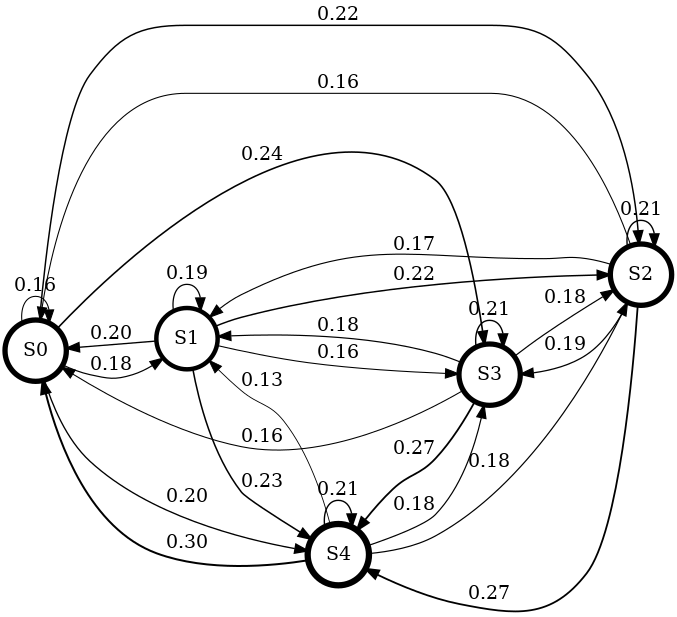
This is chain.png from MrAlexandrov/homework_first, a Graphviz export, as it was before one commit. Its source is kept beside it as chain.dot.
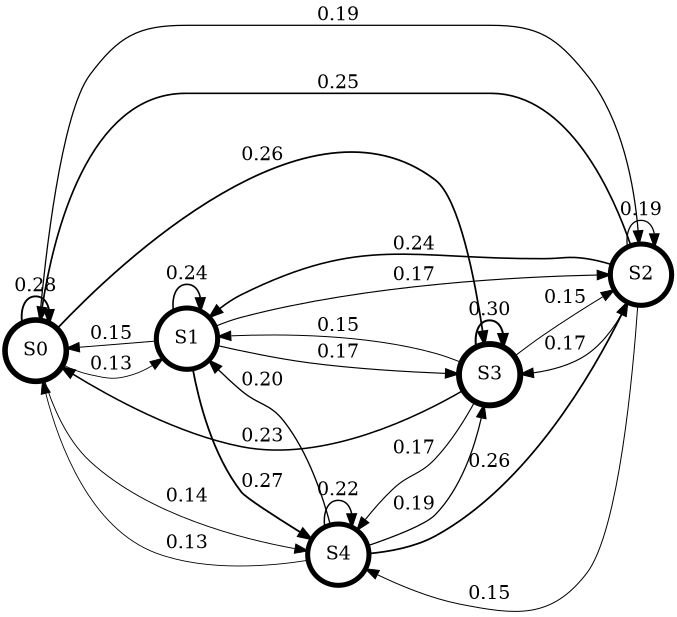
Above is the later version.

Change to the diagram source:
```diff
@@ -1,34 +1,34 @@
 digraph MarkovChain {
     rankdir=LR;
     node [shape=circle];
-    S0[label="S0", penwidth=3.99288];
-    S1[label="S1", penwidth=3.35824];
-    S2[label="S2", penwidth=4.01448];
-    S3[label="S3", penwidth=3.93047];
-    S4[label="S4", penwidth=4.70393];
-    S0 -> S0 [label="0.16", penwidth=0.80];
-    S0 -> S1 [label="0.18", penwidth=0.90];
-    S0 -> S2 [label="0.22", penwidth=1.10];
-    S0 -> S3 [label="0.24", penwidth=1.20];
-    S0 -> S4 [label="0.20", penwidth=1.00];
-    S1 -> S0 [label="0.20", penwidth=1.00];
-    S1 -> S1 [label="0.19", penwidth=0.95];
-    S1 -> S2 [label="0.22", penwidth=1.10];
-    S1 -> S3 [label="0.16", penwidth=0.80];
-    S1 -> S4 [label="0.23", penwidth=1.15];
-    S2 -> S0 [label="0.16", penwidth=0.80];
-    S2 -> S1 [label="0.17", penwidth=0.85];
-    S2 -> S2 [label="0.21", penwidth=1.05];
-    S2 -> S3 [label="0.19", penwidth=0.95];
-    S2 -> S4 [label="0.27", penwidth=1.35];
-    S3 -> S0 [label="0.16", penwidth=0.80];
-    S3 -> S1 [label="0.18", penwidth=0.90];
-    S3 -> S2 [label="0.18", penwidth=0.90];
-    S3 -> S3 [label="0.21", penwidth=1.05];
-    S3 -> S4 [label="0.27", penwidth=1.35];
-    S4 -> S0 [label="0.30", penwidth=1.50];
-    S4 -> S1 [label="0.13", penwidth=0.65];
-    S4 -> S2 [label="0.18", penwidth=0.90];
-    S4 -> S3 [label="0.18", penwidth=0.90];
-    S4 -> S4 [label="0.21", penwidth=1.05];
+    S0[label="S0", penwidth=4.20707];
+    S1[label="S1", penwidth=3.78796];
+    S2[label="S2", penwidth=3.81057];
+    S3[label="S3", penwidth=4.4298];
+    S4[label="S4", penwidth=3.7646];
+    S0 -> S0 [label="0.28", penwidth=1.40];
+    S0 -> S1 [label="0.13", penwidth=0.65];
+    S0 -> S2 [label="0.19", penwidth=0.95];
+    S0 -> S3 [label="0.26", penwidth=1.30];
+    S0 -> S4 [label="0.14", penwidth=0.70];
+    S1 -> S0 [label="0.15", penwidth=0.75];
+    S1 -> S1 [label="0.24", penwidth=1.20];
+    S1 -> S2 [label="0.17", penwidth=0.85];
+    S1 -> S3 [label="0.17", penwidth=0.85];
+    S1 -> S4 [label="0.27", penwidth=1.35];
+    S2 -> S0 [label="0.25", penwidth=1.25];
+    S2 -> S1 [label="0.24", penwidth=1.20];
+    S2 -> S2 [label="0.19", penwidth=0.95];
+    S2 -> S3 [label="0.17", penwidth=0.85];
+    S2 -> S4 [label="0.15", penwidth=0.75];
+    S3 -> S0 [label="0.23", penwidth=1.15];
+    S3 -> S1 [label="0.15", penwidth=0.75];
+    S3 -> S2 [label="0.15", penwidth=0.75];
+    S3 -> S3 [label="0.30", penwidth=1.50];
+    S3 -> S4 [label="0.17", penwidth=0.85];
+    S4 -> S0 [label="0.13", penwidth=0.65];
+    S4 -> S1 [label="0.20", penwidth=1.00];
+    S4 -> S2 [label="0.26", penwidth=1.30];
+    S4 -> S3 [label="0.19", penwidth=0.95];
+    S4 -> S4 [label="0.22", penwidth=1.10];
 }
```
